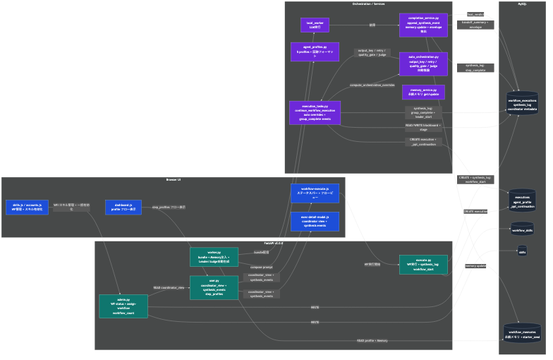
Before: docs/diagrams/workflow-stage-dataflow.png, a diagram exported from Mermaid (yushihonda/prompt-provision-tool). Its source is kept beside it as docs/diagrams/workflow-stage-dataflow.mmd.
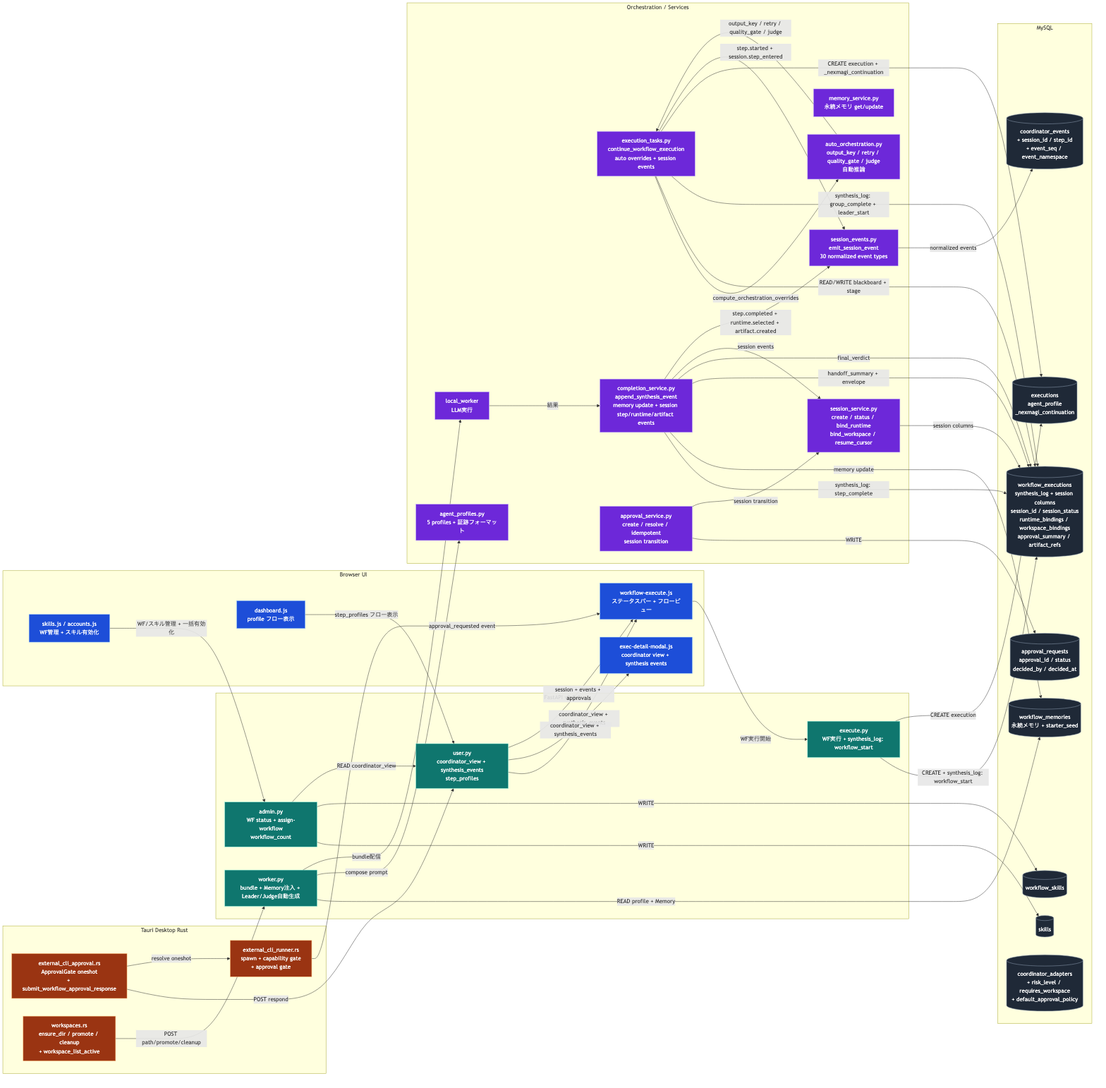
Later version of the same file.

Change to the diagram source:
```diff
@@ -14,20 +14,32 @@
   end
 
   subgraph ORCH[Orchestration / Services]
-    TASKS[execution_tasks.py<br/>continue_workflow_execution<br/>auto overrides + group_complete events]
-    COMPLETE[completion_service.py<br/>append_synthesis_event<br/>memory update + envelope抽出]
+    TASKS[execution_tasks.py<br/>continue_workflow_execution<br/>auto overrides + session events]
+    COMPLETE[completion_service.py<br/>append_synthesis_event<br/>memory update + session step/runtime/artifact events]
     AUTO[auto_orchestration.py<br/>output_key / retry / quality_gate / judge<br/>自動推論]
     MEMORY[memory_service.py<br/>永続メモリ get/update]
     PROFILE[agent_profiles.py<br/>5 profiles + 証跡フォーマット]
     WORKER[local_worker<br/>LLM実行]
+    SESSION[session_service.py<br/>create / status / bind_runtime<br/>bind_workspace / resume_cursor]
+    EVENTS[session_events.py<br/>emit_session_event<br/>30 normalized event types]
+    APPROVAL[approval_service.py<br/>create / resolve / idempotent<br/>session transition]
+  end
+
+  subgraph TAURI[Tauri Desktop Rust]
+    CLI_RUNNER[external_cli_runner.rs<br/>spawn + capability gate<br/>+ approval gate]
+    CLI_APPROVAL[external_cli_approval.rs<br/>ApprovalGate oneshot<br/>+ submit_workflow_approval_response]
+    WORKSPACES[workspaces.rs<br/>ensure_dir / promote / cleanup<br/>+ workspace_list_active]
   end
 
   subgraph DB[MySQL]
-    WF_EXEC[(workflow_executions<br/>synthesis_log<br/>coordinator metadata)]
+    WF_EXEC[(workflow_executions<br/>synthesis_log + session columns<br/>session_id / session_status<br/>runtime_bindings / workspace_bindings<br/>approval_summary / artifact_refs)]
     EXEC[(executions<br/>agent_profile<br/>_nexmagi_continuation)]
     WF_SKILL[(workflow_skills)]
     SKILL[(skills)]
     WF_MEM[(workflow_memories<br/>永続メモリ + starter_seed)]
+    COORD_EVT[(coordinator_events<br/>+ session_id / step_id<br/>+ event_seq / event_namespace)]
+    APPROVAL_TBL[(approval_requests<br/>approval_id / status<br/>decided_by / decided_at)]
+    ADAPTER_TBL[(coordinator_adapters<br/>+ risk_level / requires_workspace<br/>+ default_approval_policy)]
   end
 
   ADMIN_UI -->|WF/スキル管理 + 一括有効化| ADMIN_API
@@ -55,16 +67,32 @@
   COMPLETE -->|memory update| WF_MEM
   COMPLETE -->|handoff_summary + envelope| WF_EXEC
   COMPLETE -->|final_verdict| WF_EXEC
+  COMPLETE -->|session events| SESSION
+  COMPLETE -->|step.completed + runtime.selected + artifact.created| EVENTS
+
+  SESSION -->|session columns| WF_EXEC
+  EVENTS -->|normalized events| COORD_EVT
+  APPROVAL -->|WRITE| APPROVAL_TBL
+  APPROVAL -->|session transition| SESSION
+  TASKS -->|step.started + session.step_entered| EVENTS
+
+  CLI_RUNNER -->|approval_requested event| EXE_UI
+  CLI_APPROVAL -->|POST respond| USER_API
+  CLI_APPROVAL -->|resolve oneshot| CLI_RUNNER
+  WORKSPACES -->|POST path/promote/cleanup| WORKER_API
 
   USER_API -->|coordinator_view + synthesis_events| EXE_UI
   USER_API -->|coordinator_view + synthesis_events| MODAL_UI
+  USER_API -->|session + events + approvals| EXE_UI
 
   classDef db fill:#1f2937,stroke:#94a3b8,color:#fff;
   classDef api fill:#0f766e,stroke:#99f6e4,color:#fff;
   classDef ui fill:#1d4ed8,stroke:#93c5fd,color:#fff;
   classDef svc fill:#6d28d9,stroke:#c4b5fd,color:#fff;
+  classDef tauri fill:#9a3412,stroke:#fdba74,color:#fff;
 
-  class WF_EXEC,EXEC,WF_SKILL,SKILL,WF_MEM db;
+  class WF_EXEC,EXEC,WF_SKILL,SKILL,WF_MEM,COORD_EVT,APPROVAL_TBL,ADAPTER_TBL db;
   class EXEC_API,USER_API,WORKER_API,ADMIN_API api;
   class EXE_UI,MODAL_UI,DASH_UI,ADMIN_UI ui;
-  class TASKS,COMPLETE,AUTO,MEMORY,PROFILE,WORKER svc;
+  class TASKS,COMPLETE,AUTO,MEMORY,PROFILE,WORKER,SESSION,EVENTS,APPROVAL svc;
+  class CLI_RUNNER,CLI_APPROVAL,WORKSPACES tauri;
```
